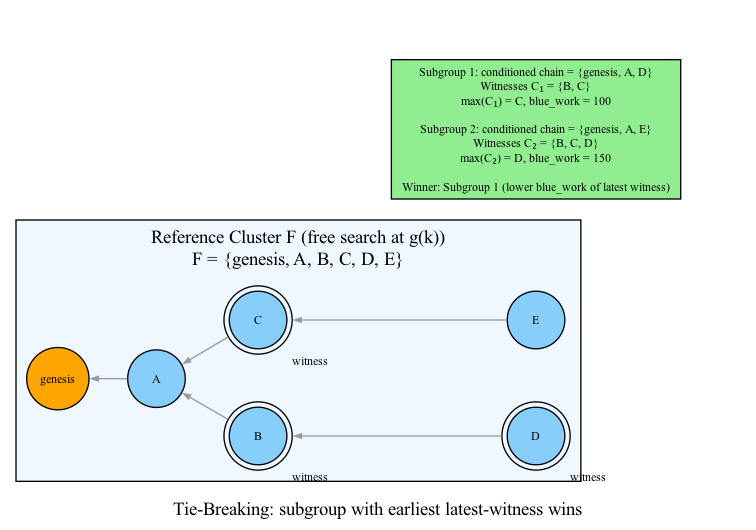
coderofstuff/dk-wiki keeps this Graphviz diagram as png/07-tie-breaking-example.png. Above is the earlier version. Its source is kept beside it as dot/07-tie-breaking-example.dot. The source it was exported from:
```dot
digraph tie_breaking_example {
    rankdir=RL;
    nodesep=0.5;
    ranksep=0.4;
    node [shape=circle, style=filled, fontsize=9, width=0.6, height=0.6];
    edge [arrowsize=0.5, color=gray60];

    label="Tie-Breaking: subgroup with earliest latest-witness wins";

    GEN [label="genesis", fillcolor=orange];
    A [label="A", fillcolor=lightskyblue];
    B [label="B", fillcolor=lightskyblue, shape=doublecircle, xlabel="witness"];
    C [label="C", fillcolor=lightskyblue, shape=doublecircle, xlabel="witness"];
    D [label="D", fillcolor=lightskyblue, shape=doublecircle, xlabel="witness"];
    E [label="E", fillcolor=lightskyblue];

    subgraph cluster_f {
        label="Reference Cluster F (free search at g(k))\nF = {genesis, A, B, C, D, E}";
        labelloc=t;
        style=filled;
        fillcolor=aliceblue;

        A -> GEN;
        B -> A;
        C -> A;
        D -> B;
        E -> C;
    }

    subgraph cluster_result {
        style=invis;
        WINNER [label="Subgroup 1: conditioned chain = {genesis, A, D}\nWitnesses C₁ = {B, C}\nmax(C₁) = C, blue_work = 100\n\nSubgroup 2: conditioned chain = {genesis, A, E}\nWitnesses C₂ = {B, C, D}\nmax(C₂) = D, blue_work = 150\n\nWinner: Subgroup 1 (lower blue_work of latest witness)", shape=box, style=filled, fillcolor=lightgreen, fontsize=9];
    }
}
```
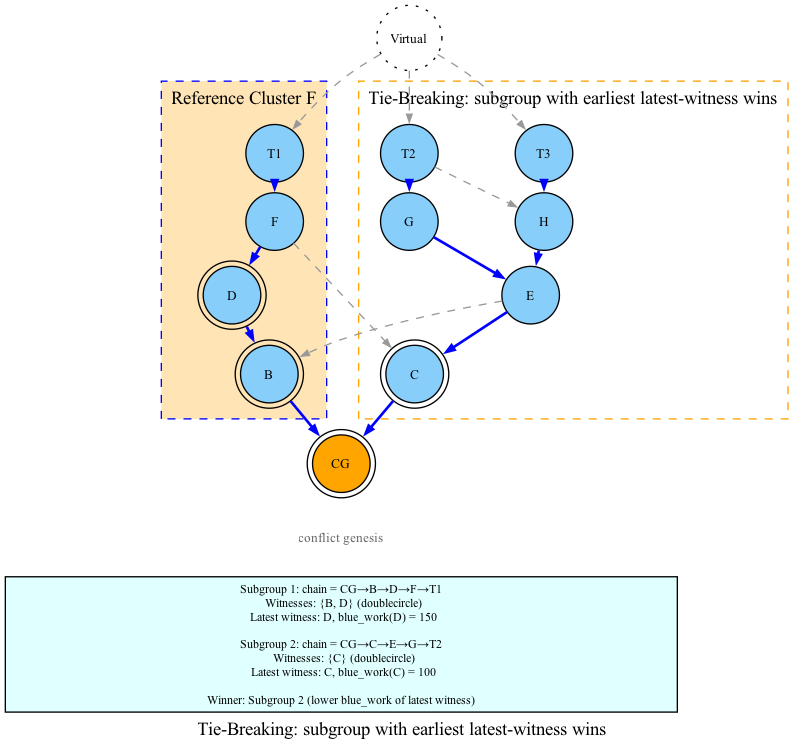
After the change.

Change to the diagram source:
```diff
@@ -1,34 +1,66 @@
 digraph tie_breaking_example {
-    rankdir=RL;
-    nodesep=0.5;
-    ranksep=0.4;
-    node [shape=circle, style=filled, fontsize=9, width=0.6, height=0.6];
-    edge [arrowsize=0.5, color=gray60];
+    rankdir=TB;
+    nodesep=0.8;
+    ranksep=0.1;
+    node [shape=circle, style=filled, fontsize=10, width=0.6, height=0.6];
+    edge [arrowsize=0.6, color=gray60];
 
     label="Tie-Breaking: subgroup with earliest latest-witness wins";
 
-    GEN [label="genesis", fillcolor=orange];
-    A [label="A", fillcolor=lightskyblue];
-    B [label="B", fillcolor=lightskyblue, shape=doublecircle, xlabel="witness"];
-    C [label="C", fillcolor=lightskyblue, shape=doublecircle, xlabel="witness"];
-    D [label="D", fillcolor=lightskyblue, shape=doublecircle, xlabel="witness"];
-    E [label="E", fillcolor=lightskyblue];
+    CG [label="CG", fillcolor=orange, shape=doublecircle];
 
-    subgraph cluster_f {
-        label="Reference Cluster F (free search at g(k))\nF = {genesis, A, B, C, D, E}";
+    Virtual [label="Virtual", shape=circle, style=dotted, fillcolor=white];
+
+    subgraph cluster_left {
+        label="Reference Cluster F";
         labelloc=t;
-        style=filled;
-        fillcolor=aliceblue;
-
-        A -> GEN;
-        B -> A;
-        C -> A;
-        D -> B;
-        E -> C;
+        style="dashed";
+        color=blue;
+        fillcolor=moccasin;
+        style="dashed,filled";
+        B [label="B", fillcolor=lightskyblue, shape=doublecircle];
+        D [label="D", fillcolor=lightskyblue, shape=doublecircle];
+        F [label="F", fillcolor=lightskyblue];
+        T1 [label="T1", fillcolor=lightskyblue];
     }
 
-    subgraph cluster_result {
-        style=invis;
-        WINNER [label="Subgroup 1: conditioned chain = {genesis, A, D}\nWitnesses C₁ = {B, C}\nmax(C₁) = C, blue_work = 100\n\nSubgroup 2: conditioned chain = {genesis, A, E}\nWitnesses C₂ = {B, C, D}\nmax(C₂) = D, blue_work = 150\n\nWinner: Subgroup 1 (lower blue_work of latest witness)", shape=box, style=filled, fillcolor=lightgreen, fontsize=9];
+    subgraph cluster_right {
+        labelloc=t;
+        style="dashed";
+        color=orange;
+        C [label="C", fillcolor=lightskyblue, shape=doublecircle];
+        E [label="E", fillcolor=lightskyblue];
+        G [label="G", fillcolor=lightskyblue];
+        T2 [label="T2", fillcolor=lightskyblue];
+        H [label="H", fillcolor=lightskyblue];
+        T3 [label="T3", fillcolor=lightskyblue];
     }
+
+    CG_lbl [label="conflict genesis", shape=plaintext, style=filled, fillcolor=none, fontsize=10, fontcolor=gray40, width=0];
+
+    NOTE [label="Subgroup 1: chain = CG→B→D→F→T1\n  Witnesses: {B, D} (doublecircle)\n  Latest witness: D, blue_work(D) = 150\n\nSubgroup 2: chain = CG→C→E→G→T2\n  Witnesses: {C} (doublecircle)\n  Latest witness: C, blue_work(C) = 100\n\nWinner: Subgroup 2 (lower blue_work of latest witness)", shape=box, style=filled, fillcolor=lightcyan, fontsize=9, width=7];
+
+    D -> B [color=blue, penwidth=2.0];
+    F -> D [color=blue, penwidth=2.0];
+    T1 -> F [color=blue, penwidth=2.0];
+    E -> C [color=blue, penwidth=2.0];
+    G -> E [color=blue, penwidth=2.0];
+    T2 -> G [color=blue, penwidth=2.0];
+    H -> E [color=blue, penwidth=2.0];
+    T3 -> H [color=blue, penwidth=2.0];
+
+    B -> CG [color=blue, penwidth=2.0];
+    C -> CG [color=blue, penwidth=2.0];
+
+    T2 -> H [color=gray60, penwidth=1.0, style=dashed];
+    F -> C [color=gray60, penwidth=1.0, style=dashed];
+    E -> B [color=gray60, penwidth=1.0, style=dashed];
+
+    CG -> CG_lbl [style=invis];
+    CG_lbl -> NOTE [style=invis];
+
+    Virtual -> T1 [color=gray60, penwidth=1.0, style=dashed];
+    Virtual -> T2 [color=gray60, penwidth=1.0, style=dashed];
+    Virtual -> T3 [color=gray60, penwidth=1.0, style=dashed];
+
 }
```
